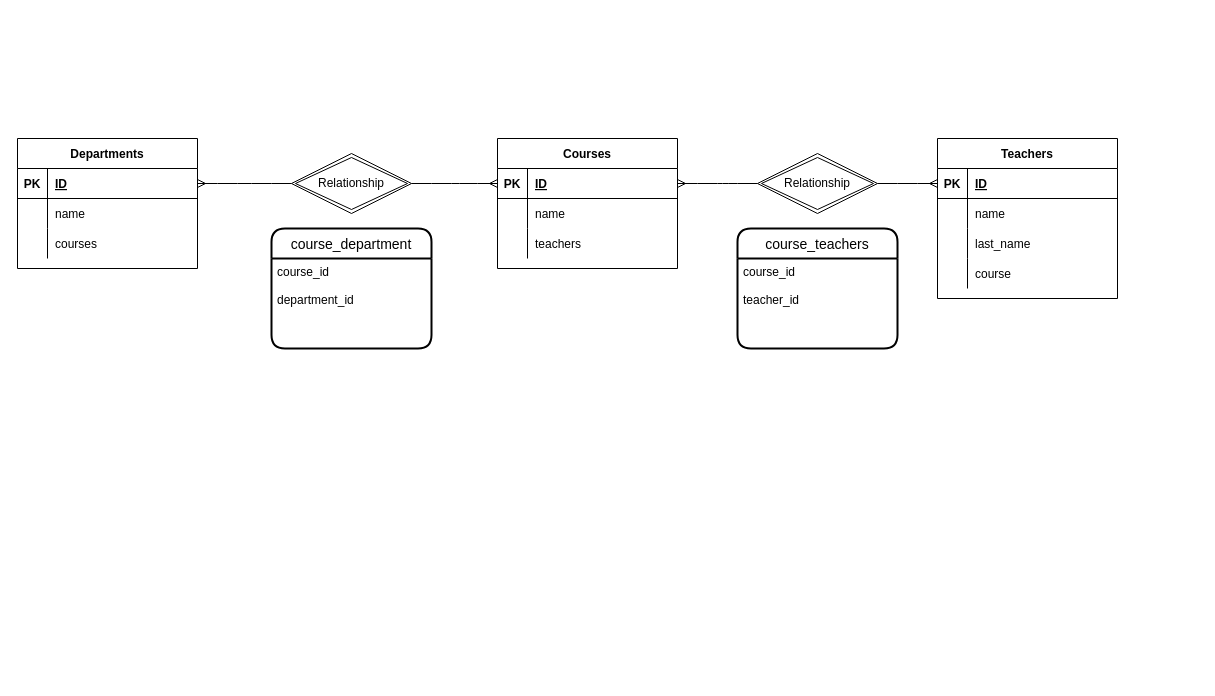
The draw.io diagram university_db.drawio in LauCost/db-university, before the edit. Source tidied: cells renumbered, new cells numbered last; positions are measured from the earlier drawing's top-left corner, leaving out a move shared by most shapes. Both pictures are drawn from the tidied source at 100%, with x=0, y=0 at pixel (17, 138).
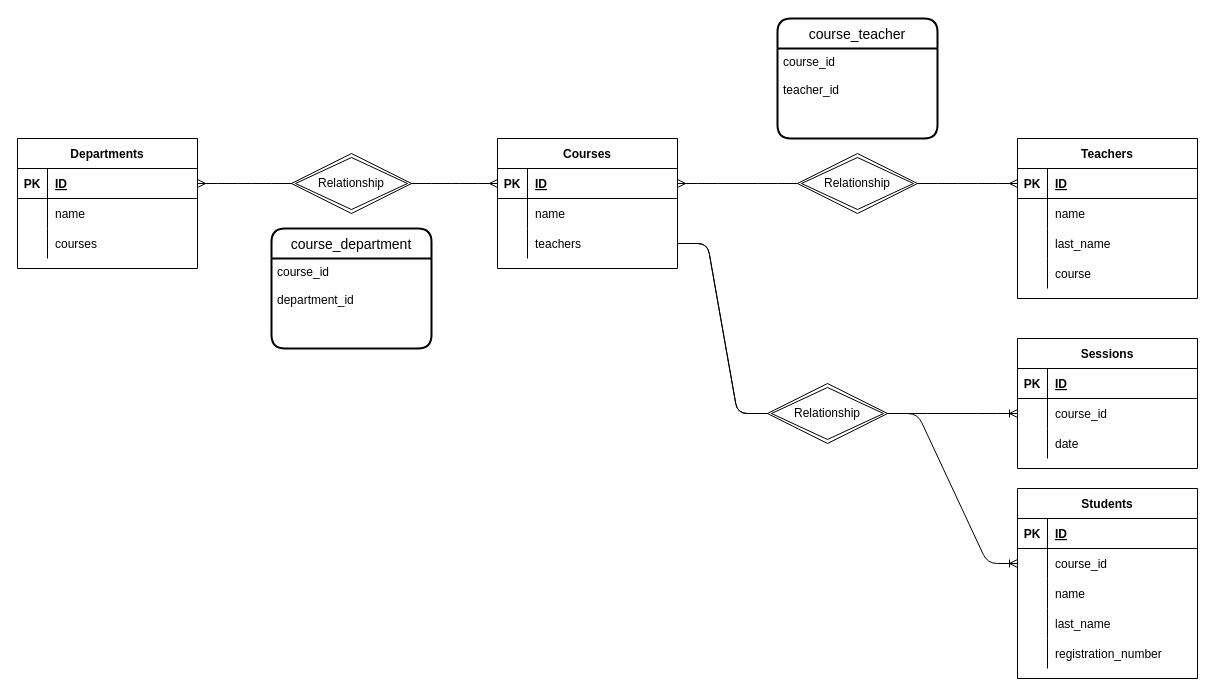
Above is the later version.

Commit message:
Add sessions, students and their reletionship with courses

Unchanged cells that the change refers to:
```xml
<mxCell id="42" style="shape=partialRectangle;fillColor=none;top=0;left=0;bottom=0;right=0;points=[[0,0.5],[1,0.5]];portConstraint=eastwest;" parent="35" vertex="1">
  <mxGeometry y="90" width="180" height="30" as="geometry" />
</mxCell>
```

What changed in the source:
```diff
@@
     <mxCell id="7" value="Teachers" style="shape=table;startSize=30;childLayout=tableLayout;rowLines=0;fontStyle=1;align=center;" parent="1" vertex="1">
-      <mxGeometry x="920" width="180" height="160" as="geometry" />
+      <mxGeometry x="1000" width="180" height="160" as="geometry" />
     </mxCell>
@@
     <mxCell id="21" value="Relationship" style="shape=rhombus;double=1;perimeter=rhombusPerimeter;whiteSpace=wrap;html=1;align=center;" parent="1" vertex="1">
-      <mxGeometry x="740" y="15" width="120" height="60" as="geometry" />
+      <mxGeometry x="780" y="15" width="120" height="60" as="geometry" />
     </mxCell>
@@
-    <mxCell id="23" value="course_teachers" style="swimlane;horizontal=1;startSize=30;rounded=1;fontSize=14;fontStyle=0;strokeWidth=2;shadow=0;dashed=0;align=center;" parent="1" vertex="1">
-      <mxGeometry x="720" y="90" width="160" height="120" as="geometry" />
+    <mxCell id="23" value="course_teacher" style="swimlane;horizontal=1;startSize=30;rounded=1;fontSize=14;fontStyle=0;strokeWidth=2;shadow=0;dashed=0;align=center;" parent="1" vertex="1">
+      <mxGeometry x="760" y="-120" width="160" height="120" as="geometry" />
     </mxCell>
@@
+    <mxCell id="45" value="Sessions" style="shape=table;startSize=30;childLayout=tableLayout;rowLines=0;fontStyle=1;align=center;" parent="1" vertex="1">
+      <mxGeometry x="1000" y="200" width="180" height="130" as="geometry" />
+    </mxCell>
+    <mxCell id="46" style="shape=partialRectangle;fillColor=none;top=0;left=0;bottom=1;right=0;" parent="45" vertex="1">
+      <mxGeometry y="30" width="180" height="30" as="geometry" />
+    </mxCell>
+    <mxCell id="47" value="PK" style="shape=partialRectangle;fillColor=none;top=0;left=0;bottom=0;right=0;fontStyle=1;overflow=hidden;" parent="46" vertex="1">
+      <mxGeometry width="30" height="30" as="geometry" />
+    </mxCell>
+    <mxCell id="48" value="ID" style="shape=partialRectangle;fillColor=none;top=0;left=0;bottom=0;right=0;align=left;spacingLeft=6;fontStyle=5;overflow=hidden;" parent="46" vertex="1">
+      <mxGeometry x="30" width="150" height="30" as="geometry" />
+    </mxCell>
+    <mxCell id="49" style="shape=partialRectangle;fillColor=none;top=0;left=0;bottom=0;right=0;points=[[0,0.5],[1,0.5]];portConstraint=eastwest;" parent="45" vertex="1">
+      <mxGeometry y="60" width="180" height="30" as="geometry" />
+    </mxCell>
+    <mxCell id="50" style="shape=partialRectangle;fillColor=none;top=0;left=0;bottom=0;right=0;overflow=hidden;" parent="49" vertex="1">
+      <mxGeometry width="30" height="30" as="geometry" />
+    </mxCell>
+    <mxCell id="51" value="course_id" style="shape=partialRectangle;fillColor=none;top=0;left=0;bottom=0;right=0;align=left;spacingLeft=6;overflow=hidden;" parent="49" vertex="1">
+      <mxGeometry x="30" width="150" height="30" as="geometry" />
+    </mxCell>
+    <mxCell id="52" style="shape=partialRectangle;fillColor=none;top=0;left=0;bottom=0;right=0;" parent="45" vertex="1">
+      <mxGeometry y="90" width="180" height="30" as="geometry" />
+    </mxCell>
+    <mxCell id="53" style="shape=partialRectangle;fillColor=none;top=0;left=0;bottom=0;right=0;overflow=hidden;" parent="52" vertex="1">
+      <mxGeometry width="30" height="30" as="geometry" />
+    </mxCell>
+    <mxCell id="54" value="date" style="shape=partialRectangle;fillColor=none;top=0;left=0;bottom=0;right=0;align=left;spacingLeft=6;overflow=hidden;" parent="52" vertex="1">
+      <mxGeometry x="30" width="150" height="30" as="geometry" />
+    </mxCell>
+    <mxCell id="55" style="edgeStyle=entityRelationEdgeStyle;fontSize=12;html=1;endArrow=ERoneToMany;exitX=1;exitY=0.5;exitDx=0;exitDy=0;entryX=0;entryY=0.5;entryDx=0;entryDy=0;startArrow=none;" parent="1" edge="1" source="74" target="49">
+      <mxGeometry relative="1" as="geometry" />
+    </mxCell>
+    <mxCell id="56" style="edgeStyle=entityRelationEdgeStyle;fontSize=12;html=1;endArrow=none;exitX=1;exitY=0.5;exitDx=0;exitDy=0;entryX=0;entryY=0.5;entryDx=0;entryDy=0;" parent="1" edge="1" source="42" target="74">
+      <mxGeometry relative="1" as="geometry" />
+    </mxCell>
+    <mxCell id="57" value="Students" style="shape=table;startSize=30;childLayout=tableLayout;rowLines=0;fontStyle=1;align=center;" parent="1" vertex="1">
+      <mxGeometry x="1000" y="350" width="180" height="190" as="geometry" />
+    </mxCell>
+    <mxCell id="58" style="shape=partialRectangle;fillColor=none;top=0;left=0;bottom=1;right=0;" parent="57" vertex="1">
+      <mxGeometry y="30" width="180" height="30" as="geometry" />
+    </mxCell>
+    <mxCell id="59" value="PK" style="shape=partialRectangle;fillColor=none;top=0;left=0;bottom=0;right=0;fontStyle=1;overflow=hidden;" parent="58" vertex="1">
+      <mxGeometry width="30" height="30" as="geometry" />
+    </mxCell>
+    <mxCell id="60" value="ID" style="shape=partialRectangle;fillColor=none;top=0;left=0;bottom=0;right=0;align=left;spacingLeft=6;fontStyle=5;overflow=hidden;" parent="58" vertex="1">
+      <mxGeometry x="30" width="150" height="30" as="geometry" />
+    </mxCell>
+    <mxCell id="61" style="shape=partialRectangle;fillColor=none;top=0;left=0;bottom=0;right=0;points=[[0,0.5],[1,0.5]];portConstraint=eastwest;" parent="57" vertex="1">
+      <mxGeometry y="60" width="180" height="30" as="geometry" />
+    </mxCell>
+    <mxCell id="62" style="shape=partialRectangle;fillColor=none;top=0;left=0;bottom=0;right=0;overflow=hidden;" parent="61" vertex="1">
+      <mxGeometry width="30" height="30" as="geometry" />
+    </mxCell>
+    <mxCell id="63" value="course_id" style="shape=partialRectangle;fillColor=none;top=0;left=0;bottom=0;right=0;align=left;spacingLeft=6;overflow=hidden;" parent="61" vertex="1">
+      <mxGeometry x="30" width="150" height="30" as="geometry" />
+    </mxCell>
+    <mxCell id="64" style="shape=partialRectangle;fillColor=none;top=0;left=0;bottom=0;right=0;" parent="57" vertex="1">
+      <mxGeometry y="90" width="180" height="30" as="geometry" />
+    </mxCell>
+    <mxCell id="65" style="shape=partialRectangle;fillColor=none;top=0;left=0;bottom=0;right=0;overflow=hidden;" parent="64" vertex="1">
+      <mxGeometry width="30" height="30" as="geometry" />
+    </mxCell>
+    <mxCell id="66" value="name" style="shape=partialRectangle;fillColor=none;top=0;left=0;bottom=0;right=0;align=left;spacingLeft=6;overflow=hidden;" parent="64" vertex="1">
+      <mxGeometry x="30" width="150" height="30" as="geometry" />
+    </mxCell>
+    <mxCell id="67" style="shape=partialRectangle;fillColor=none;top=0;left=0;bottom=0;right=0;" parent="57" vertex="1">
+      <mxGeometry y="120" width="180" height="30" as="geometry" />
+    </mxCell>
+    <mxCell id="68" style="shape=partialRectangle;fillColor=none;top=0;left=0;bottom=0;right=0;overflow=hidden;" parent="67" vertex="1">
+      <mxGeometry width="30" height="30" as="geometry" />
+    </mxCell>
+    <mxCell id="69" value="last_name" style="shape=partialRectangle;fillColor=none;top=0;left=0;bottom=0;right=0;align=left;spacingLeft=6;overflow=hidden;" parent="67" vertex="1">
+      <mxGeometry x="30" width="150" height="30" as="geometry" />
+    </mxCell>
+    <mxCell id="70" style="shape=partialRectangle;fillColor=none;top=0;left=0;bottom=0;right=0;" parent="57" vertex="1">
+      <mxGeometry y="150" width="180" height="30" as="geometry" />
+    </mxCell>
+    <mxCell id="71" style="shape=partialRectangle;fillColor=none;top=0;left=0;bottom=0;right=0;overflow=hidden;" parent="70" vertex="1">
+      <mxGeometry width="30" height="30" as="geometry" />
+    </mxCell>
+    <mxCell id="72" value="registration_number" style="shape=partialRectangle;fillColor=none;top=0;left=0;bottom=0;right=0;align=left;spacingLeft=6;overflow=hidden;" parent="70" vertex="1">
+      <mxGeometry x="30" width="150" height="30" as="geometry" />
+    </mxCell>
+    <mxCell id="73" style="edgeStyle=entityRelationEdgeStyle;fontSize=12;html=1;endArrow=ERoneToMany;entryX=0;entryY=0.5;entryDx=0;entryDy=0;startArrow=none;exitX=1;exitY=0.5;exitDx=0;exitDy=0;" parent="1" edge="1" source="74" target="61">
+      <mxGeometry relative="1" as="geometry" />
+    </mxCell>
+    <mxCell id="74" value="Relationship" style="shape=rhombus;double=1;perimeter=rhombusPerimeter;whiteSpace=wrap;html=1;align=center;" parent="1" vertex="1">
+      <mxGeometry x="750" y="245" width="120" height="60" as="geometry" />
+    </mxCell>
+    <mxCell id="75" style="edgeStyle=entityRelationEdgeStyle;fontSize=12;html=1;endArrow=none;entryX=0;entryY=0.5;entryDx=0;entryDy=0;exitX=1;exitY=0.5;exitDx=0;exitDy=0;" parent="1" edge="1" source="42" target="74">
+      <mxGeometry relative="1" as="geometry" />
+    </mxCell>
```
